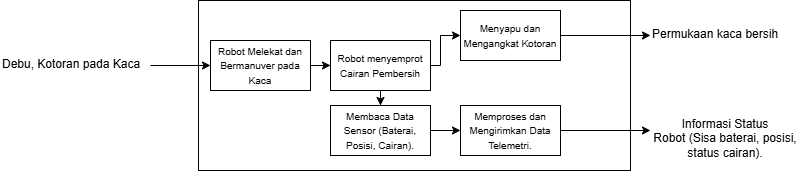
The draw.io diagram FunctionTree.drawio.png in bryansasa/PPT-Cleaning-Glass-Robot, before a commit. Source tidied: cells renumbered, new cells last; positions are measured from the earlier drawing's top-left corner, leaving out a move shared by most shapes.
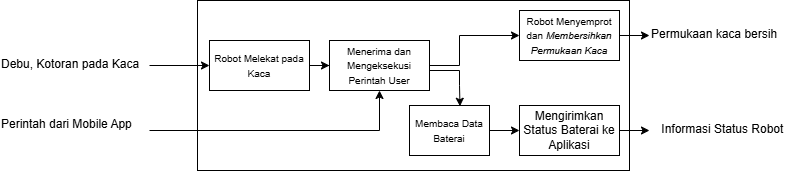
After the commit.

The edit, as a diff of the source:
```diff
@@ -14,28 +14,25 @@
     <mxCell id="5" style="edgeStyle=orthogonalEdgeStyle;rounded=0;jettySize=auto;html=1;" parent="1" edge="1" source="6" target="9">
       <mxGeometry relative="1" as="geometry" />
     </mxCell>
-    <mxCell id="6" value="&lt;span&gt;&lt;font style=&quot;font-size: 10px;&quot;&gt;Robot Melekat dan Bermanuver pada Kaca&lt;/font&gt;&lt;/span&gt;" style="rounded=0;whiteSpace=wrap;html=1;" parent="1" vertex="1">
+    <mxCell id="6" value="&lt;span&gt;&lt;font style=&quot;font-size: 10px;&quot;&gt;Robot Melekat&amp;nbsp;&lt;span style=&quot;color: rgba(0, 0, 0, 0); font-family: monospace; font-size: 0px; text-align: start; text-wrap-mode: nowrap;&quot;&gt;%3CmxGraphModel%3E%3Croot%3E%3CmxCell%20id%3D%220%22%2F%3E%3CmxCell%20id%3D%221%22%20parent%3D%220%22%2F%3E%3CmxCell%20id%3D%222%22%20parent%3D%221%22%20style%3D%22text%3BwhiteSpace%3Dwrap%3Bhtml%3D1%3B%22%20value%3D%22Perintah%20dari%20Mobile%20App%22%20vertex%3D%221%22%3E%3CmxGeometry%20height%3D%2240%22%20width%3D%22150%22%20x%3D%22150%22%20y%3D%22580%22%20as%3D%22geometry%22%2F%3E%3C%2FmxCell%3E%3C%2Froot%3E%3C%2FmxGraphModel%3E&lt;/span&gt;pada Kaca&lt;/font&gt;&lt;/span&gt;" style="rounded=0;whiteSpace=wrap;html=1;" parent="1" vertex="1">
       <mxGeometry x="210" y="40" width="100" height="50" as="geometry" />
     </mxCell>
     <mxCell id="7" style="edgeStyle=orthogonalEdgeStyle;rounded=0;jettySize=auto;html=1;" parent="1" edge="1" source="9" target="11">
       <mxGeometry relative="1" as="geometry">
         <Array as="points">
-          <mxPoint x="440" y="65" />
-          <mxPoint x="440" y="35" />
+          <mxPoint x="460" y="65" />
+          <mxPoint x="460" y="35" />
         </Array>
       </mxGeometry>
     </mxCell>
-    <mxCell id="8" style="edgeStyle=orthogonalEdgeStyle;rounded=0;jettySize=auto;html=1;" parent="1" edge="1" source="9" target="14">
-      <mxGeometry relative="1" as="geometry" />
-    </mxCell>
-    <mxCell id="9" value="&lt;span&gt;&lt;font style=&quot;font-size: 10px;&quot;&gt;Robot menyemprot Cairan Pembersih&lt;/font&gt;&lt;/span&gt;" style="rounded=0;whiteSpace=wrap;html=1;" parent="1" vertex="1">
+    <mxCell id="9" value="&lt;span&gt;&lt;font style=&quot;font-size: 10px;&quot;&gt;Menerima dan Mengeksekusi Perintah User&lt;/font&gt;&lt;/span&gt;" style="rounded=0;whiteSpace=wrap;html=1;" parent="1" vertex="1">
       <mxGeometry x="330" y="40" width="100" height="50" as="geometry" />
     </mxCell>
     <mxCell id="10" style="edgeStyle=orthogonalEdgeStyle;rounded=0;jettySize=auto;html=1;" parent="1" edge="1" source="11" target="12">
       <mxGeometry relative="1" as="geometry" />
     </mxCell>
-    <mxCell id="11" value="&lt;span&gt;&lt;font style=&quot;font-size: 10px;&quot;&gt;Menyapu dan Mengangkat Kotoran&lt;/font&gt;&lt;/span&gt;" style="rounded=0;whiteSpace=wrap;html=1;" parent="1" vertex="1">
-      <mxGeometry x="460" y="10" width="100" height="50" as="geometry" />
+    <mxCell id="11" value="&lt;span&gt;&lt;font style=&quot;font-size: 10px;&quot;&gt;Robot Menyemprot dan &lt;i&gt;Membersihkan Permukaan Kaca&lt;/i&gt;&lt;/font&gt;&lt;/span&gt;" style="rounded=0;whiteSpace=wrap;html=1;" parent="1" vertex="1">
+      <mxGeometry x="520" y="10" width="100" height="50" as="geometry" />
     </mxCell>
     <mxCell id="12" value="Permukaan kaca bersih" style="text;whiteSpace=wrap;html=1;" parent="1" vertex="1">
       <mxGeometry x="650" y="20" width="150" height="30" as="geometry" />
@@ -43,17 +40,32 @@
     <mxCell id="13" style="edgeStyle=orthogonalEdgeStyle;rounded=0;jettySize=auto;html=1;" parent="1" edge="1" source="14" target="16">
       <mxGeometry relative="1" as="geometry" />
     </mxCell>
-    <mxCell id="14" value="&lt;font style=&quot;font-size: 10px;&quot;&gt;&lt;span style=&quot;&quot;&gt;Membaca Data Sensor (Baterai, Posisi, Cairan)&lt;/span&gt;.&lt;/font&gt;" style="rounded=0;whiteSpace=wrap;html=1;" parent="1" vertex="1">
-      <mxGeometry x="330" y="105" width="100" height="50" as="geometry" />
+    <mxCell id="14" value="&lt;span style=&quot;font-size: 10px;&quot;&gt;Membaca Data Baterai&lt;/span&gt;" style="rounded=0;whiteSpace=wrap;html=1;" parent="1" vertex="1">
+      <mxGeometry x="410" y="105" width="80" height="50" as="geometry" />
     </mxCell>
     <mxCell id="15" style="edgeStyle=orthogonalEdgeStyle;rounded=0;jettySize=auto;html=1;" parent="1" edge="1" source="16" target="17">
       <mxGeometry relative="1" as="geometry" />
     </mxCell>
-    <mxCell id="16" value="&lt;span style=&quot;font-size: 10px;&quot;&gt;Memproses dan Mengirimkan Data Telemetri.&lt;/span&gt;" style="rounded=0;whiteSpace=wrap;html=1;" parent="1" vertex="1">
-      <mxGeometry x="460" y="105" width="100" height="50" as="geometry" />
+    <mxCell id="16" value="Mengirimkan Status Baterai ke Aplikasi" style="rounded=0;whiteSpace=wrap;html=1;" parent="1" vertex="1">
+      <mxGeometry x="520" y="105" width="100" height="50" as="geometry" />
     </mxCell>
-    <mxCell id="17" value="&lt;div style=&quot;&quot;&gt;&lt;span style=&quot;background-color: transparent; color: light-dark(rgb(0, 0, 0), rgb(255, 255, 255));&quot;&gt;Informasi Status Robot&amp;nbsp;&lt;/span&gt;&lt;span style=&quot;background-color: transparent; color: light-dark(rgb(0, 0, 0), rgb(255, 255, 255));&quot;&gt;(Sisa baterai, posisi, status cairan)&lt;/span&gt;&lt;span style=&quot;background-color: transparent; color: light-dark(rgb(0, 0, 0), rgb(255, 255, 255));&quot;&gt;.&lt;/span&gt;&lt;/div&gt;" style="text;whiteSpace=wrap;html=1;align=center;" parent="1" vertex="1">
-      <mxGeometry x="650" y="110" width="150" height="40" as="geometry" />
+    <mxCell id="17" value="&lt;div style=&quot;&quot;&gt;&lt;span style=&quot;background-color: transparent; color: light-dark(rgb(0, 0, 0), rgb(255, 255, 255));&quot;&gt;Informasi Status Robot&amp;nbsp;&lt;/span&gt;&lt;/div&gt;" style="text;whiteSpace=wrap;html=1;align=center;" parent="1" vertex="1">
+      <mxGeometry x="650" y="115" width="150" height="30" as="geometry" />
     </mxCell>
+    <mxCell id="18" style="edgeStyle=orthogonalEdgeStyle;rounded=0;jettySize=auto;html=1;" parent="1" edge="1" source="19" target="9">
+      <mxGeometry relative="1" as="geometry" />
+    </mxCell>
+    <mxCell id="19" value="Perintah dari Mobile App" style="text;whiteSpace=wrap;html=1;" parent="1" vertex="1">
+      <mxGeometry y="110" width="150" height="40" as="geometry" />
+    </mxCell>
+    <mxCell id="8" style="edgeStyle=orthogonalEdgeStyle;rounded=0;jettySize=auto;html=1;entryX=0.631;entryY=0.015;entryDx=0;entryDy=0;entryPerimeter=0;" parent="1" edge="1" source="9" target="14">
+      <mxGeometry relative="1" as="geometry">
+        <Array as="points">
+          <mxPoint x="460" y="70" />
+          <mxPoint x="460" y="85" />
+          <mxPoint x="461" y="85" />
+        </Array>
+      </mxGeometry>
+    </mxCell>
   </root>
 </mxGraphModel>
```
